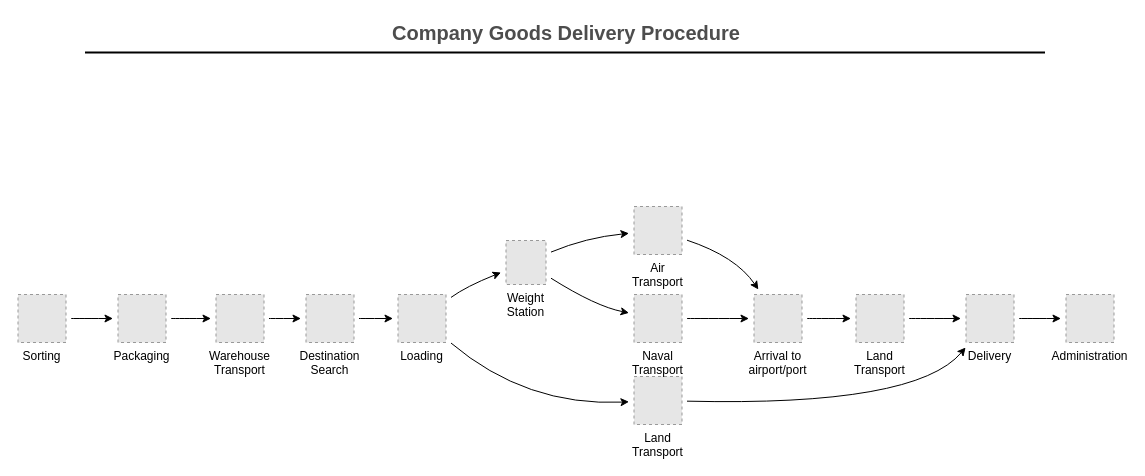
The draw.io diagram 未命名绘图.drawio in Monokero/draw.io, before the edit. Source tidied: cells renumbered, new cells numbered last; positions are measured from the earlier drawing's top-left corner, leaving out a move shared by most shapes. Both pictures are drawn from the tidied source at 100%, with x=0, y=0 at pixel (17, 17). Pictures stored in the file or linked from it are replaced by grey dashed boxes.
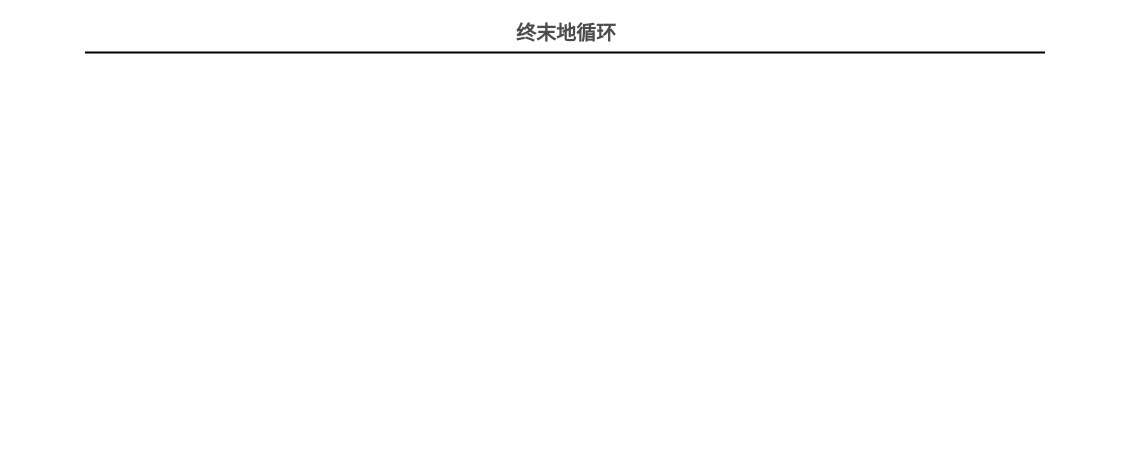
After the change.

Commit message:
终末地循环.drawio

Change to the diagram source:
```diff
@@
-    <mxCell id="2" style="jettySize=auto;html=1;curved=1;sourcePerimeterSpacing=5;targetPerimeterSpacing=5;" parent="1" edge="1" source="3" target="16">
-      <mxGeometry relative="1" as="geometry" />
-    </mxCell>
-    <mxCell id="3" value="Warehouse&#10;Transport" style="fillColor=#E6E6E6;strokeColor=#999999;dashed=1;verticalLabelPosition=bottom;verticalAlign=top;" parent="1" vertex="1">
-      <mxGeometry x="198.5" y="277" width="48" height="48" as="geometry" />
-    </mxCell>
-    <mxCell id="4" style="jettySize=auto;html=1;curved=1;sourcePerimeterSpacing=5;targetPerimeterSpacing=5;" parent="1" edge="1" source="5" target="14">
-      <mxGeometry relative="1" as="geometry" />
-    </mxCell>
-    <mxCell id="5" value="Sorting" style="fillColor=#E6E6E6;strokeColor=#999999;dashed=1;verticalLabelPosition=bottom;verticalAlign=top;" parent="1" vertex="1">
-      <mxGeometry x="0.5" y="277" width="48" height="48" as="geometry" />
-    </mxCell>
-    <mxCell id="6" style="jettySize=auto;html=1;curved=1;sourcePerimeterSpacing=5;targetPerimeterSpacing=5;" parent="1" edge="1" source="7" target="27">
-      <mxGeometry relative="1" as="geometry">
-        <Array as="points">
-          <mxPoint x="898.5" y="389" />
-        </Array>
-      </mxGeometry>
-    </mxCell>
-    <mxCell id="7" value="Land&#10;Transport" style="fillColor=#E6E6E6;strokeColor=#999999;dashed=1;verticalLabelPosition=bottom;verticalAlign=top;" parent="1" vertex="1">
-      <mxGeometry x="616.5" y="359" width="48" height="48" as="geometry" />
-    </mxCell>
-    <mxCell id="8" style="jettySize=auto;html=1;curved=1;sourcePerimeterSpacing=5;targetPerimeterSpacing=5;" parent="1" edge="1" source="9" target="18">
-      <mxGeometry relative="1" as="geometry">
-        <Array as="points">
-          <mxPoint x="718.5" y="239" />
-        </Array>
-      </mxGeometry>
-    </mxCell>
-    <mxCell id="9" value="Air&#10;Transport" style="fillColor=#E6E6E6;strokeColor=#999999;dashed=1;verticalLabelPosition=bottom;verticalAlign=top;" parent="1" vertex="1">
-      <mxGeometry x="616.5" y="189" width="48" height="48" as="geometry" />
-    </mxCell>
-    <mxCell id="10" style="jettySize=auto;html=1;curved=1;sourcePerimeterSpacing=5;targetPerimeterSpacing=5;" parent="1" edge="1" source="12" target="21">
-      <mxGeometry relative="1" as="geometry">
-        <Array as="points">
-          <mxPoint x="448.5" y="269" />
-        </Array>
-      </mxGeometry>
-    </mxCell>
-    <mxCell id="11" style="jettySize=auto;html=1;curved=1;sourcePerimeterSpacing=5;targetPerimeterSpacing=5;" parent="1" edge="1" source="12" target="7">
-      <mxGeometry relative="1" as="geometry">
-        <Array as="points">
-          <mxPoint x="508.5" y="389" />
-        </Array>
-      </mxGeometry>
-    </mxCell>
-    <mxCell id="12" value="Loading" style="fillColor=#E6E6E6;strokeColor=#999999;dashed=1;verticalLabelPosition=bottom;verticalAlign=top;" parent="1" vertex="1">
-      <mxGeometry x="380.5" y="277" width="48" height="48" as="geometry" />
-    </mxCell>
-    <mxCell id="13" style="jettySize=auto;html=1;curved=1;sourcePerimeterSpacing=5;targetPerimeterSpacing=5;" parent="1" edge="1" source="14" target="3">
-      <mxGeometry relative="1" as="geometry" />
-    </mxCell>
-    <mxCell id="14" value="Packaging" style="fillColor=#E6E6E6;strokeColor=#999999;dashed=1;verticalLabelPosition=bottom;verticalAlign=top;" parent="1" vertex="1">
-      <mxGeometry x="100.5" y="277" width="48" height="48" as="geometry" />
-    </mxCell>
-    <mxCell id="15" style="jettySize=auto;html=1;curved=1;sourcePerimeterSpacing=5;targetPerimeterSpacing=5;" parent="1" edge="1" source="16" target="12">
-      <mxGeometry relative="1" as="geometry" />
-    </mxCell>
-    <mxCell id="16" value="Destination&#10;Search" style="fillColor=#E6E6E6;strokeColor=#999999;dashed=1;verticalLabelPosition=bottom;verticalAlign=top;" parent="1" vertex="1">
-      <mxGeometry x="288.5" y="277" width="48" height="48" as="geometry" />
-    </mxCell>
-    <mxCell id="17" style="jettySize=auto;html=1;curved=1;sourcePerimeterSpacing=5;targetPerimeterSpacing=5;" parent="1" edge="1" source="18" target="25">
-      <mxGeometry relative="1" as="geometry" />
-    </mxCell>
-    <mxCell id="18" value="Arrival to&#10;airport/port" style="fillColor=#E6E6E6;strokeColor=#999999;dashed=1;verticalLabelPosition=bottom;verticalAlign=top;" parent="1" vertex="1">
-      <mxGeometry x="736.5" y="277" width="48" height="48" as="geometry" />
-    </mxCell>
-    <mxCell id="19" style="jettySize=auto;html=1;curved=1;sourcePerimeterSpacing=5;targetPerimeterSpacing=5;" parent="1" edge="1" source="21" target="9">
-      <mxGeometry relative="1" as="geometry">
-        <Array as="points">
-          <mxPoint x="568.5" y="220" />
-        </Array>
-      </mxGeometry>
-    </mxCell>
-    <mxCell id="20" style="jettySize=auto;html=1;curved=1;sourcePerimeterSpacing=5;targetPerimeterSpacing=5;" parent="1" edge="1" source="21" target="23">
-      <mxGeometry relative="1" as="geometry">
-        <Array as="points">
-          <mxPoint x="578.5" y="289" />
-        </Array>
-      </mxGeometry>
-    </mxCell>
-    <mxCell id="21" value="Weight&#10;Station" style="fillColor=#E6E6E6;strokeColor=#999999;dashed=1;verticalLabelPosition=bottom;verticalAlign=top;" parent="1" vertex="1">
-      <mxGeometry x="488.5" y="223" width="40" height="44" as="geometry" />
-    </mxCell>
-    <mxCell id="22" style="jettySize=auto;html=1;curved=1;sourcePerimeterSpacing=5;targetPerimeterSpacing=5;" parent="1" edge="1" source="23" target="18">
-      <mxGeometry relative="1" as="geometry" />
-    </mxCell>
-    <mxCell id="23" value="Naval&#10;Transport" style="fillColor=#E6E6E6;strokeColor=#999999;dashed=1;verticalLabelPosition=bottom;verticalAlign=top;" parent="1" vertex="1">
-      <mxGeometry x="616.5" y="277" width="48" height="48" as="geometry" />
-    </mxCell>
-    <mxCell id="24" style="jettySize=auto;html=1;curved=1;sourcePerimeterSpacing=5;targetPerimeterSpacing=5;" parent="1" edge="1" source="25" target="27">
-      <mxGeometry relative="1" as="geometry" />
-    </mxCell>
-    <mxCell id="25" value="Land&#10;Transport" style="fillColor=#E6E6E6;strokeColor=#999999;dashed=1;verticalLabelPosition=bottom;verticalAlign=top;" parent="1" vertex="1">
-      <mxGeometry x="838.5" y="277" width="48" height="48" as="geometry" />
-    </mxCell>
-    <mxCell id="26" style="jettySize=auto;html=1;curved=1;sourcePerimeterSpacing=5;targetPerimeterSpacing=5;" parent="1" edge="1" source="27" target="28">
-      <mxGeometry relative="1" as="geometry" />
-    </mxCell>
-    <mxCell id="27" value="Delivery" style="fillColor=#E6E6E6;strokeColor=#999999;dashed=1;verticalLabelPosition=bottom;verticalAlign=top;" parent="1" vertex="1">
-      <mxGeometry x="948.5" y="277" width="48" height="48" as="geometry" />
-    </mxCell>
-    <mxCell id="28" value="Administration" style="fillColor=#E6E6E6;strokeColor=#999999;dashed=1;verticalLabelPosition=bottom;verticalAlign=top;" parent="1" vertex="1">
-      <mxGeometry x="1048.5" y="277" width="48" height="48" as="geometry" />
-    </mxCell>
-    <mxCell id="29" value="Company Goods Delivery Procedure" style="text;html=1;strokeColor=none;fillColor=none;align=center;verticalAlign=middle;whiteSpace=wrap;rounded=0;fontStyle=1;fontSize=20;fontColor=#4D4D4D;" parent="1" vertex="1">
+    <mxCell id="29" value="终末地循环" style="text;html=1;strokeColor=none;fillColor=none;align=center;verticalAlign=middle;whiteSpace=wrap;rounded=0;fontStyle=1;fontSize=20;fontColor=#4D4D4D;" parent="1" vertex="1">
       <mxGeometry x="153.5" width="790" height="30" as="geometry" />
     </mxCell>
```
